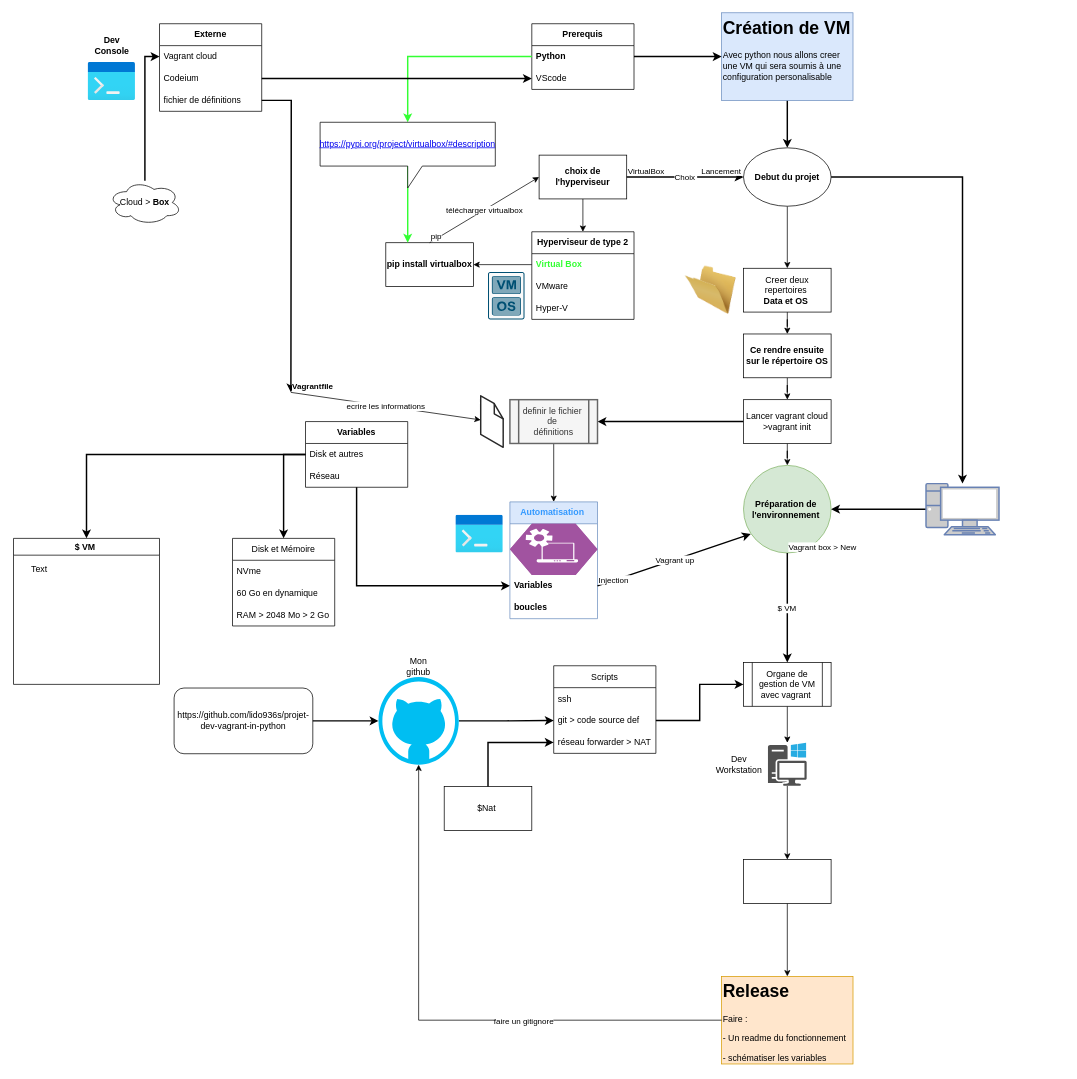
The draw.io diagram Infrastructure_Projet.drawio in lido936s/projet-dev-vagrant-in-python, before the edit. Source tidied: cells renumbered, new cells numbered last; positions are measured from the earlier drawing's top-left corner, leaving out a move shared by most shapes. Both pictures are drawn from the tidied source at 73%, with x=0, y=0 at pixel (13, 12).
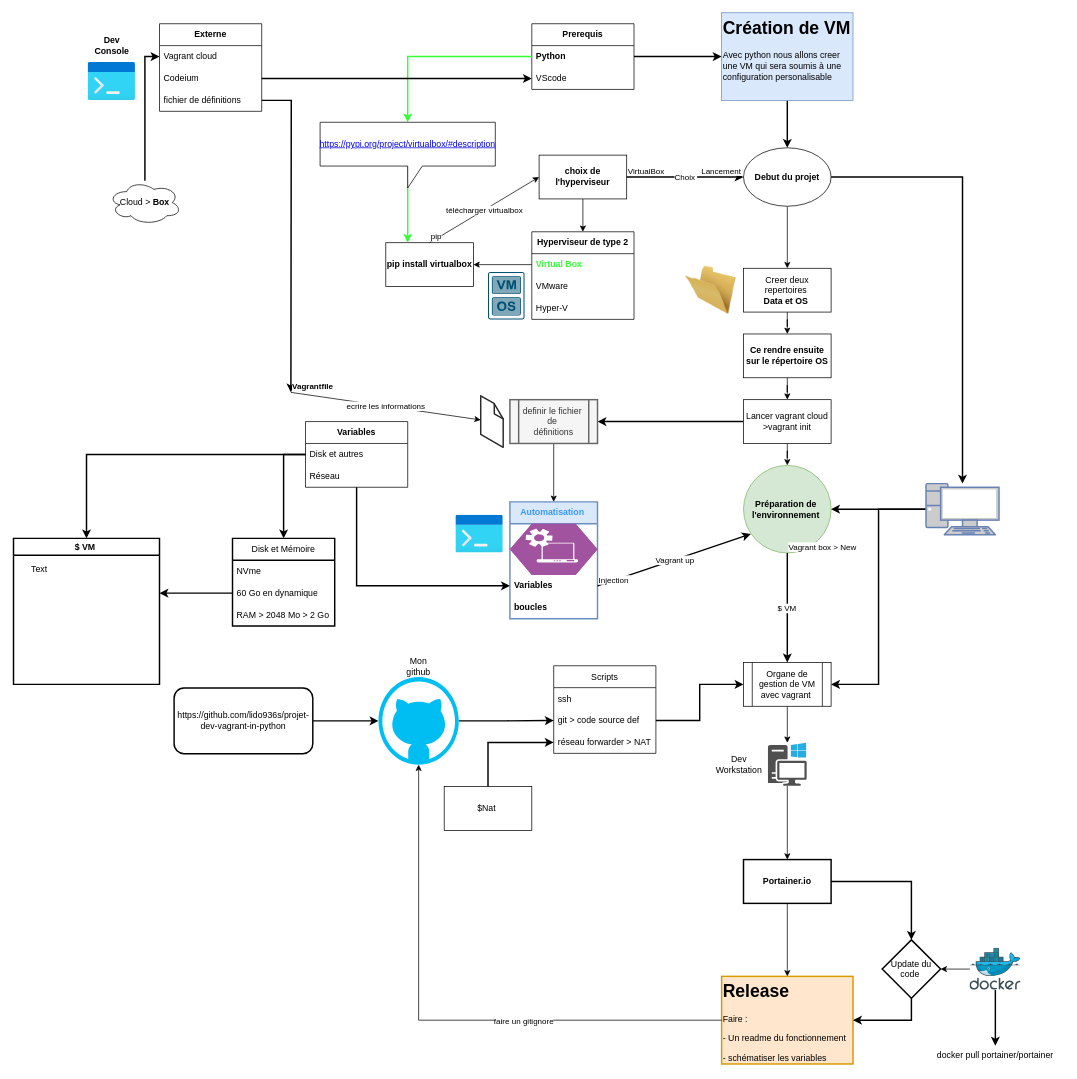
The same diagram, later.

Unchanged cells that the change refers to:
```xml
<mxCell id="57" value="60 Go en dynamique" style="text;strokeColor=none;fillColor=none;align=left;verticalAlign=middle;spacingLeft=4;spacingRight=4;overflow=hidden;points=[[0,0.5],[1,0.5]];portConstraint=eastwest;whiteSpace=wrap;html=1;" parent="55" vertex="1">
  <mxGeometry y="60" width="140" height="30" as="geometry" />
</mxCell>
<mxCell id="75" value="Organe de gestion de VM avec vagrant&amp;nbsp;" style="shape=process;whiteSpace=wrap;html=1;backgroundOutline=1;" parent="1" vertex="1">
  <mxGeometry x="1000" y="890" width="120" height="60" as="geometry" />
</mxCell>
<mxCell id="77" style="fontColor=#0066CC;verticalAlign=top;verticalLabelPosition=bottom;labelPosition=center;align=center;html=1;outlineConnect=0;fillColor=#CCCCCC;strokeColor=#6881B3;gradientColor=none;gradientDirection=north;strokeWidth=2;shape=mxgraph.networks.pc;" parent="1" vertex="1">
  <mxGeometry x="1250" y="645" width="100" height="70" as="geometry" />
</mxCell>
```

The edit, as a diff of the source:
```diff
@@
-    <mxCell id="42" value="&lt;font color=&quot;#3399ff&quot; style=&quot;&quot;&gt;&lt;span&gt;Automatisation&amp;nbsp;&lt;/span&gt;&lt;/font&gt;" style="swimlane;fontStyle=1;horizontal=1;startSize=30;whiteSpace=wrap;html=1;fillColor=#dae8fc;strokeColor=#6c8ebf;" parent="1" vertex="1">
+    <mxCell id="42" value="&lt;font color=&quot;#3399ff&quot; style=&quot;&quot;&gt;&lt;span&gt;Automatisation&amp;nbsp;&lt;/span&gt;&lt;/font&gt;" style="swimlane;fontStyle=1;horizontal=1;startSize=30;whiteSpace=wrap;html=1;fillColor=#dae8fc;strokeColor=#6c8ebf;strokeWidth=2;" parent="1" vertex="1">
       <mxGeometry x="680" y="670" width="120" height="160" as="geometry" />
     </mxCell>
@@
-    <mxCell id="55" value="Disk et Mémoire" style="swimlane;fontStyle=0;horizontal=1;startSize=30;whiteSpace=wrap;html=1;" parent="1" vertex="1">
+    <mxCell id="55" value="Disk et Mémoire" style="swimlane;fontStyle=0;horizontal=1;startSize=30;whiteSpace=wrap;html=1;strokeWidth=2;" parent="1" vertex="1">
       <mxGeometry x="300" y="720" width="140" height="120" as="geometry" />
     </mxCell>
@@
+    <mxCell id="102" style="edgeStyle=orthogonalEdgeStyle;rounded=0;jettySize=auto;html=1;strokeWidth=2;" parent="55" edge="1" source="57">
+      <mxGeometry relative="1" as="geometry">
+        <mxPoint x="-100" y="75" as="targetPoint" />
+      </mxGeometry>
+    </mxCell>
@@
-    <mxCell id="72" value="$ VM&amp;nbsp;" style="swimlane;whiteSpace=wrap;html=1;startSize=23;" parent="1" vertex="1">
+    <mxCell id="72" value="$ VM&amp;nbsp;" style="swimlane;whiteSpace=wrap;html=1;startSize=23;strokeWidth=2;" parent="1" vertex="1">
       <mxGeometry y="720" width="200" height="200" as="geometry" />
     </mxCell>
@@
+    <mxCell id="103" style="edgeStyle=orthogonalEdgeStyle;rounded=0;jettySize=auto;html=1;entryX=1;entryY=0.5;entryDx=0;entryDy=0;strokeWidth=2;" parent="1" edge="1" source="77" target="75">
+      <mxGeometry relative="1" as="geometry" />
+    </mxCell>
@@
-    <mxCell id="88" value="&lt;h1 style=&quot;margin-top: 0px;&quot;&gt;Release&lt;/h1&gt;&lt;p&gt;Faire :&lt;/p&gt;&lt;p&gt;- Un readme du fonctionnement&lt;/p&gt;&lt;p&gt;- schématiser les variables&amp;nbsp;&lt;/p&gt;" style="text;html=1;whiteSpace=wrap;overflow=hidden;rounded=0;fillColor=#ffe6cc;strokeColor=#d79b00;" parent="1" vertex="1">
+    <mxCell id="88" value="&lt;h1 style=&quot;margin-top: 0px;&quot;&gt;Release&lt;/h1&gt;&lt;p&gt;Faire :&lt;/p&gt;&lt;p&gt;- Un readme du fonctionnement&lt;/p&gt;&lt;p&gt;- schématiser les variables&amp;nbsp;&lt;/p&gt;" style="text;html=1;whiteSpace=wrap;overflow=hidden;rounded=0;fillColor=#ffe6cc;strokeColor=#d79b00;strokeWidth=2;" parent="1" vertex="1">
       <mxGeometry x="970" y="1320" width="180" height="120" as="geometry" />
     </mxCell>
-    <mxCell id="89" value="https://github.com/lido936s/projet-dev-vagrant-in-python" style="rounded=1;whiteSpace=wrap;html=1;" parent="1" vertex="1">
+    <mxCell id="89" value="https://github.com/lido936s/projet-dev-vagrant-in-python" style="rounded=1;whiteSpace=wrap;html=1;strokeWidth=2;" parent="1" vertex="1">
       <mxGeometry x="220" y="925" width="190" height="90" as="geometry" />
     </mxCell>
@@
+    <mxCell id="104" style="edgeStyle=orthogonalEdgeStyle;rounded=0;jettySize=auto;html=1;entryX=0.5;entryY=0;entryDx=0;entryDy=0;strokeWidth=2;" parent="1" edge="1" source="91" target="106">
+      <mxGeometry relative="1" as="geometry" />
+    </mxCell>
-    <mxCell id="91" style="rounded=0;whiteSpace=wrap;html=1;" parent="1" vertex="1">
+    <mxCell id="91" value="&lt;b&gt;Portainer.io&lt;/b&gt;" style="rounded=0;whiteSpace=wrap;html=1;strokeWidth=2;" parent="1" vertex="1">
       <mxGeometry x="1000" y="1160" width="120" height="60" as="geometry" />
     </mxCell>
@@
+    <mxCell id="105" style="edgeStyle=orthogonalEdgeStyle;rounded=0;jettySize=auto;html=1;exitX=0.5;exitY=1;exitDx=0;exitDy=0;entryX=1;entryY=0.5;entryDx=0;entryDy=0;strokeWidth=2;" parent="1" edge="1" source="106" target="88">
+      <mxGeometry relative="1" as="geometry" />
+    </mxCell>
+    <mxCell id="106" value="Update du code&amp;nbsp;" style="rhombus;whiteSpace=wrap;html=1;strokeWidth=2;" parent="1" vertex="1">
+      <mxGeometry x="1190" y="1270" width="80" height="80" as="geometry" />
+    </mxCell>
+    <mxCell id="107" style="edgeStyle=orthogonalEdgeStyle;rounded=0;jettySize=auto;html=1;" parent="1" edge="1" source="109" target="106">
+      <mxGeometry relative="1" as="geometry" />
+    </mxCell>
+    <mxCell id="108" style="edgeStyle=orthogonalEdgeStyle;rounded=0;jettySize=auto;html=1;entryX=0.5;entryY=0;entryDx=0;entryDy=0;strokeWidth=2;" parent="1" edge="1" source="109" target="110">
+      <mxGeometry relative="1" as="geometry" />
+    </mxCell>
+    <mxCell id="109" style="image;sketch=0;html=1;points=[];align=center;fontSize=12;image=img/lib/mscae/Docker.svg;" parent="1" vertex="1">
+      <mxGeometry x="1310" y="1281.3" width="70" height="57.4" as="geometry" />
+    </mxCell>
+    <mxCell id="110" value="docker pull portainer/portainer" style="text;html=1;align=center;verticalAlign=middle;whiteSpace=wrap;rounded=0;" parent="1" vertex="1">
+      <mxGeometry x="1250" y="1415" width="190" height="25" as="geometry" />
+    </mxCell>
```
